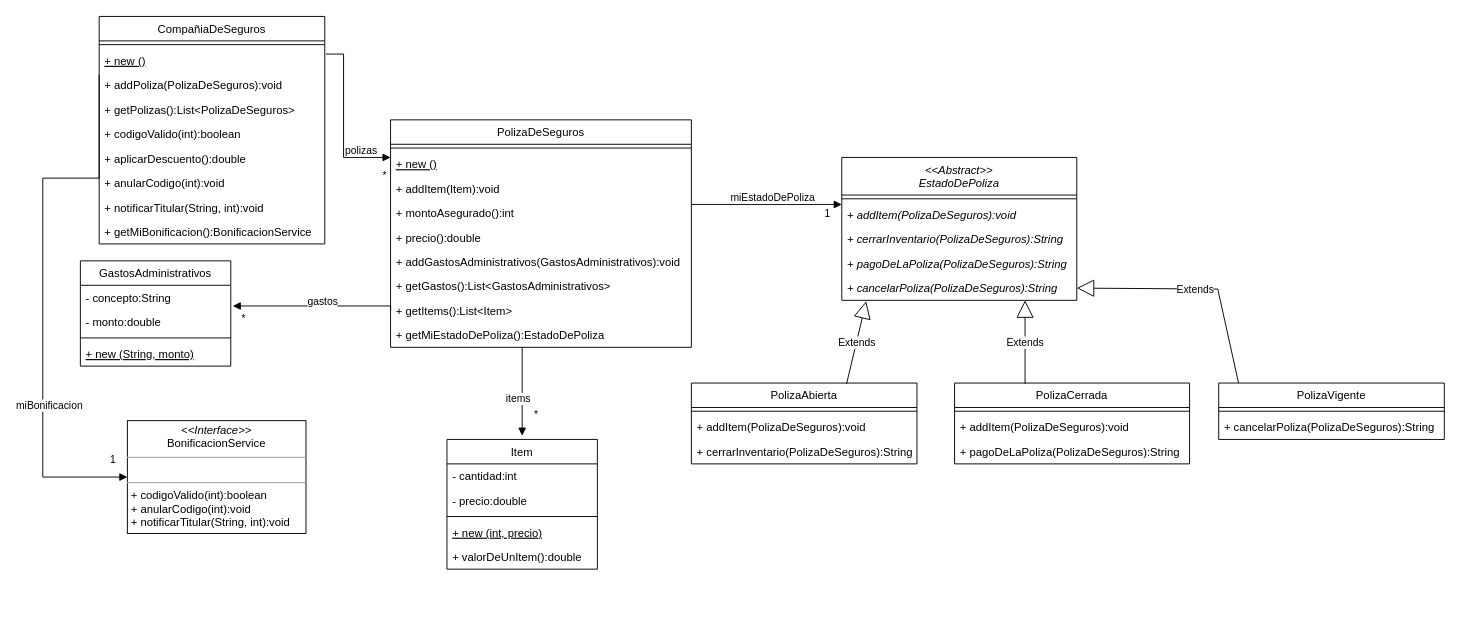
nhubczyk/Diagramas-UML keeps this draw.io diagram as unq-po2-1erParcial-2022-CompañiaDeSeguros.drawio. Above is the earlier version. Source tidied: cells renumbered, new cells numbered last; positions are measured from the earlier drawing's top-left corner, leaving out a move shared by most shapes. Both pictures are drawn from the tidied source at 94%, with x=0, y=0 at pixel (42, 16).
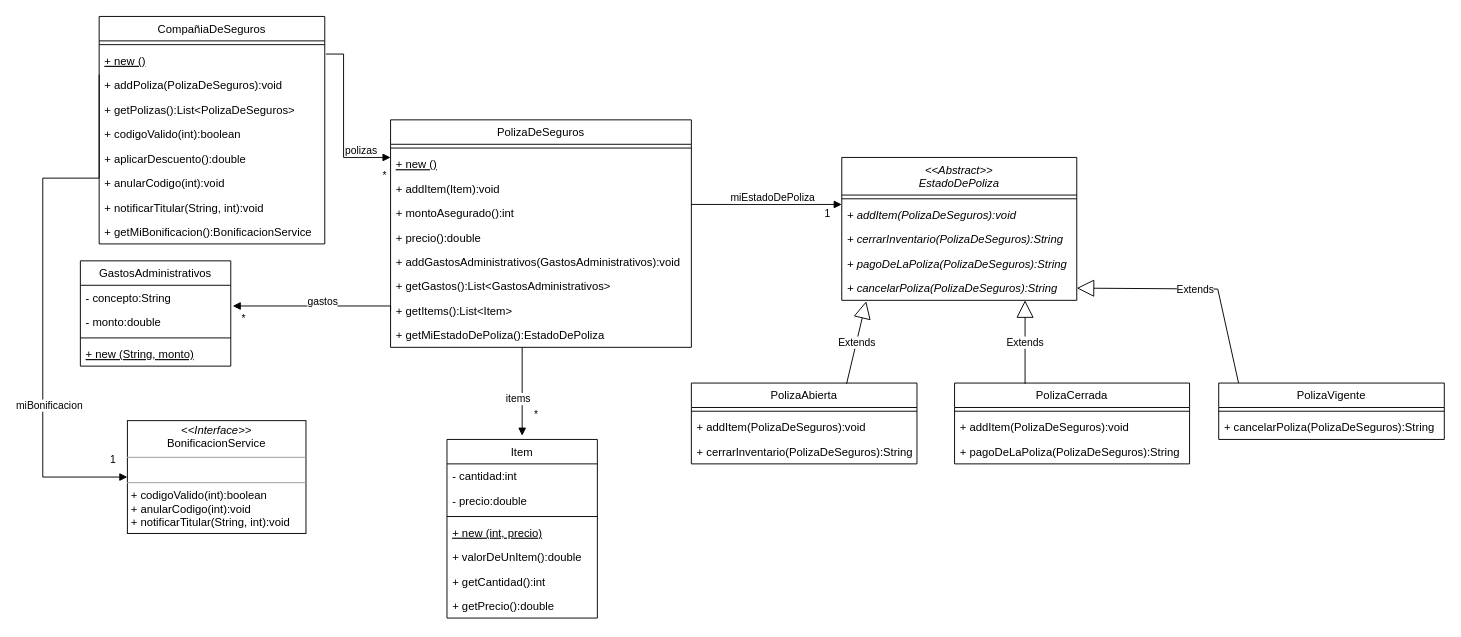
Above is the later version.

Diff of the diagram source:
```diff
@@
     <mxCell id="2" value="Item" style="swimlane;fontStyle=0;align=center;verticalAlign=top;horizontal=1;startSize=26;" parent="1" vertex="1">
-      <mxGeometry x="430" y="450" width="160" height="138" as="geometry" />
+      <mxGeometry x="430" y="450" width="160" height="190" as="geometry" />
     </mxCell>
@@
+    <mxCell id="64" value="+ getCantidad():int" style="text;strokeColor=none;fillColor=none;align=left;verticalAlign=top;spacingLeft=4;spacingRight=4;overflow=hidden;fontStyle=0;" parent="2" vertex="1">
+      <mxGeometry y="138" width="160" height="26" as="geometry" />
+    </mxCell>
+    <mxCell id="65" value="+ getPrecio():double" style="text;strokeColor=none;fillColor=none;align=left;verticalAlign=top;spacingLeft=4;spacingRight=4;overflow=hidden;fontStyle=0;" parent="2" vertex="1">
+      <mxGeometry y="164" width="160" height="26" as="geometry" />
+    </mxCell>
```
